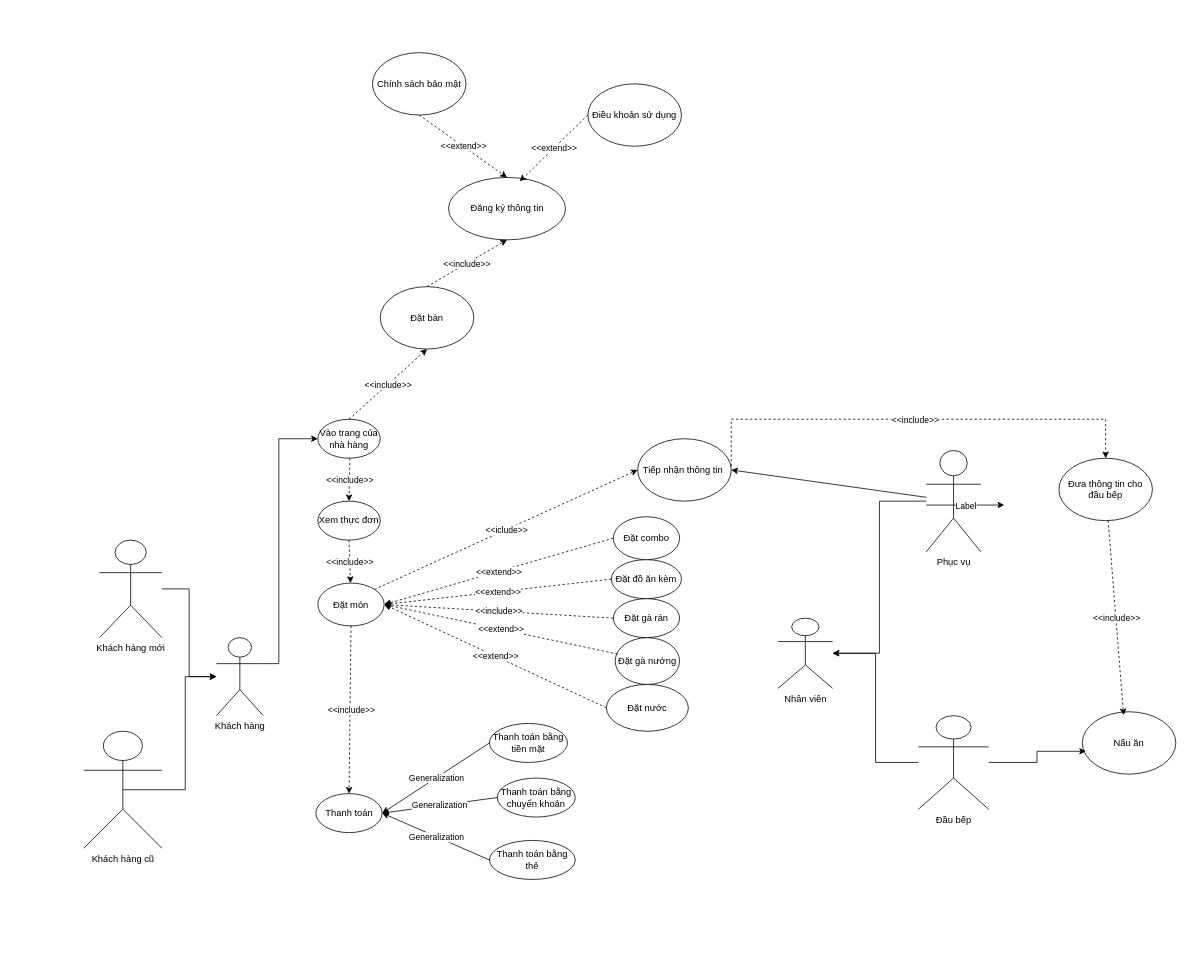
Above: use-case/use-case.drawio in hienha1/Nhom2-tk-Web (draw.io), before the change. Source tidied: cells renumbered, new cells numbered last; positions are measured from the earlier drawing's top-left corner, leaving out a move shared by most shapes. Both pictures are drawn from the tidied source at 78%, with x=0, y=0 at pixel (83, 52).
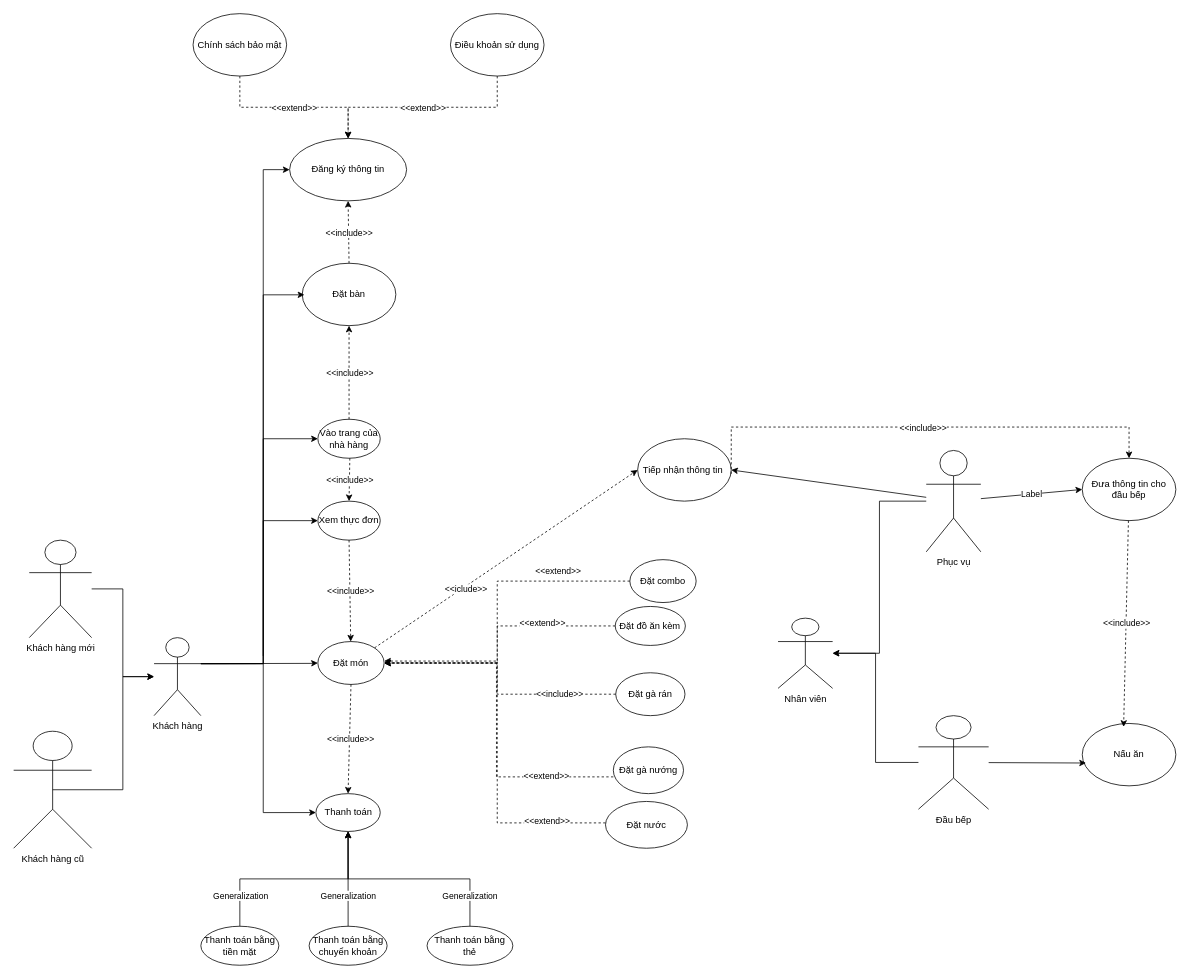
The same page after the edit.

Unchanged cells that the change refers to:
```xml
<mxCell id="4" value="Xem thực đơn" style="ellipse;whiteSpace=wrap;html=1;" parent="1" vertex="1">
  <mxGeometry x="300" y="575" width="80" height="50" as="geometry" />
</mxCell>
<mxCell id="34" value="Vào trang của nhà hàng" style="ellipse;whiteSpace=wrap;html=1;" parent="1" vertex="1">
  <mxGeometry x="300" y="470" width="80" height="50" as="geometry" />
</mxCell>
<mxCell id="42" value="Đầu bếp" style="shape=umlActor;verticalLabelPosition=bottom;verticalAlign=top;html=1;outlineConnect=0;" parent="1" vertex="1">
  <mxGeometry x="1070" y="850" width="90" height="120" as="geometry" />
</mxCell>
<mxCell id="45" value="Phục vụ" style="shape=umlActor;verticalLabelPosition=bottom;verticalAlign=top;html=1;outlineConnect=0;" parent="1" vertex="1">
  <mxGeometry x="1080" y="510" width="70" height="130" as="geometry" />
</mxCell>
<mxCell id="60" style="endArrow=classic;html=1;rounded=0;entryX=0;entryY=0.5;entryDx=0;entryDy=0;exitX=1;exitY=0;exitDx=0;exitDy=0;dashed=1;" parent="1" edge="1" source="5" target="59">
  <mxGeometry relative="1" as="geometry" />
</mxCell>
```

Diff of the diagram source:
```diff
@@
     <mxCell id="2" value="Khách hàng" style="shape=umlActor;verticalLabelPosition=bottom;verticalAlign=top;html=1;outlineConnect=0;" parent="1" vertex="1">
-      <mxGeometry x="170" y="750" width="60" height="100" as="geometry" />
+      <mxGeometry x="90" y="750" width="60" height="100" as="geometry" />
     </mxCell>
@@
     <mxCell id="5" value="Đặt món" style="ellipse;whiteSpace=wrap;html=1;" parent="1" vertex="1">
-      <mxGeometry x="300" y="680" width="85" height="55" as="geometry" />
+      <mxGeometry x="300" y="755" width="85" height="55" as="geometry" />
     </mxCell>
     <mxCell id="6" value="Thanh toán" style="ellipse;whiteSpace=wrap;html=1;" parent="1" vertex="1">
-      <mxGeometry x="297.5" y="950" width="85" height="50" as="geometry" />
+      <mxGeometry x="297.5" y="950" width="82.5" height="48.5" as="geometry" />
     </mxCell>
@@
     <mxCell id="9" value="Đặt đồ ăn kèm" style="ellipse;whiteSpace=wrap;html=1;" parent="1" vertex="1">
-      <mxGeometry x="676.2" y="650" width="90" height="50" as="geometry" />
+      <mxGeometry x="681.2" y="710" width="90" height="50" as="geometry" />
     </mxCell>
     <mxCell id="10" value="Đặt combo" style="ellipse;whiteSpace=wrap;html=1;" parent="1" vertex="1">
-      <mxGeometry x="678.8" y="595" width="85" height="55" as="geometry" />
+      <mxGeometry x="700" y="650" width="85" height="55" as="geometry" />
     </mxCell>
-    <mxCell id="11" style="endArrow=classic;html=1;rounded=0;exitX=0;exitY=0.5;exitDx=0;exitDy=0;entryX=1;entryY=0.5;entryDx=0;entryDy=0;dashed=1;" parent="1" edge="1" source="10" target="5">
-      <mxGeometry relative="1" as="geometry" />
+    <mxCell id="11" style="endArrow=classic;html=1;rounded=0;exitX=0;exitY=0.5;exitDx=0;exitDy=0;entryX=1;entryY=0.5;entryDx=0;entryDy=0;dashed=1;edgeStyle=orthogonalEdgeStyle;" parent="1" edge="1" source="10" target="5">
+      <mxGeometry relative="1" as="geometry">
+        <Array as="points">
+          <mxPoint x="530" y="678" />
+          <mxPoint x="530" y="782" />
+        </Array>
+      </mxGeometry>
     </mxCell>
     <mxCell id="12" value="&amp;lt;&amp;lt;extend&amp;gt;&amp;gt;" style="edgeLabel;html=1;align=center;verticalAlign=middle;" parent="11" vertex="1">
-      <mxGeometry relative="1" as="geometry" />
+      <mxGeometry relative="1" as="geometry">
+        <mxPoint x="77" y="-53" as="offset" />
+      </mxGeometry>
     </mxCell>
     <mxCell id="13" value="Đặt gà rán" style="ellipse;whiteSpace=wrap;html=1;" parent="1" vertex="1">
-      <mxGeometry x="678.8" y="700" width="85" height="50" as="geometry" />
+      <mxGeometry x="681.9" y="795" width="88.8" height="55" as="geometry" />
     </mxCell>
     <mxCell id="14" value="Đặt gà nướng" style="ellipse;whiteSpace=wrap;html=1;" parent="1" vertex="1">
-      <mxGeometry x="681.2" y="750" width="82.5" height="60" as="geometry" />
+      <mxGeometry x="678.8" y="890" width="90" height="60" as="geometry" />
     </mxCell>
     <mxCell id="15" value="Đặt nước" style="ellipse;whiteSpace=wrap;html=1;" parent="1" vertex="1">
-      <mxGeometry x="670" y="810" width="105" height="60" as="geometry" />
+      <mxGeometry x="668.8" y="960" width="105" height="60" as="geometry" />
     </mxCell>
@@
-    <mxCell id="17" style="endArrow=classic;html=1;rounded=0;exitX=0;exitY=0.5;exitDx=0;exitDy=0;entryX=1;entryY=0.5;entryDx=0;entryDy=0;dashed=1;" parent="1" edge="1" source="9" target="5">
-      <mxGeometry relative="1" as="geometry" />
+    <mxCell id="17" style="endArrow=classic;html=1;rounded=0;exitX=0;exitY=0.5;exitDx=0;exitDy=0;entryX=1;entryY=0.5;entryDx=0;entryDy=0;dashed=1;edgeStyle=orthogonalEdgeStyle;" parent="1" edge="1" source="9" target="5">
+      <mxGeometry relative="1" as="geometry">
+        <Array as="points">
+          <mxPoint x="530" y="735" />
+          <mxPoint x="530" y="783" />
+        </Array>
+      </mxGeometry>
     </mxCell>
     <mxCell id="18" value="&amp;lt;&amp;lt;extend&amp;gt;&amp;gt;" style="edgeLabel;html=1;align=center;verticalAlign=middle;" parent="17" vertex="1">
-      <mxGeometry relative="1" as="geometry" />
+      <mxGeometry relative="1" as="geometry">
+        <mxPoint x="57" y="-24" as="offset" />
+      </mxGeometry>
     </mxCell>
-    <mxCell id="19" value="&amp;lt;&amp;lt;include&amp;gt;&amp;gt;" style="endArrow=classic;html=1;rounded=0;exitX=0;exitY=0.5;exitDx=0;exitDy=0;entryX=1;entryY=0.5;entryDx=0;entryDy=0;dashed=1;" parent="1" edge="1" source="13" target="5">
-      <mxGeometry relative="1" as="geometry" />
+    <mxCell id="19" value="&amp;lt;&amp;lt;include&amp;gt;&amp;gt;" style="endArrow=classic;html=1;rounded=0;exitX=0;exitY=0.5;exitDx=0;exitDy=0;entryX=1;entryY=0.5;entryDx=0;entryDy=0;dashed=1;edgeStyle=orthogonalEdgeStyle;" parent="1" edge="1" source="13" target="5">
+      <mxGeometry x="-0.57" relative="1" as="geometry">
+        <Array as="points">
+          <mxPoint x="530" y="823" />
+          <mxPoint x="530" y="783" />
+        </Array>
+      </mxGeometry>
     </mxCell>
-    <mxCell id="20" value="&amp;lt;&amp;lt;extend&amp;gt;&amp;gt;" style="endArrow=classic;html=1;rounded=0;exitX=0.038;exitY=0.35;exitDx=0;exitDy=0;entryX=1;entryY=0.5;entryDx=0;entryDy=0;dashed=1;exitPerimeter=0;" parent="1" edge="1" source="14" target="5">
-      <mxGeometry relative="1" as="geometry" />
+    <mxCell id="20" value="&amp;lt;&amp;lt;extend&amp;gt;&amp;gt;" style="endArrow=classic;html=1;rounded=0;exitX=0.038;exitY=0.35;exitDx=0;exitDy=0;entryX=1;entryY=0.5;entryDx=0;entryDy=0;dashed=1;exitPerimeter=0;edgeStyle=orthogonalEdgeStyle;" parent="1" edge="1" target="5">
+      <mxGeometry x="-0.61" y="-1" relative="1" as="geometry">
+        <mxPoint x="678.8" y="928.5" as="sourcePoint" />
+        <Array as="points">
+          <mxPoint x="529" y="928" />
+          <mxPoint x="529" y="783" />
+          <mxPoint x="385" y="783" />
+        </Array>
+      </mxGeometry>
     </mxCell>
-    <mxCell id="21" style="endArrow=classic;html=1;rounded=0;entryX=1;entryY=0.5;entryDx=0;entryDy=0;exitX=0;exitY=0.5;exitDx=0;exitDy=0;dashed=1;" parent="1" edge="1" source="15" target="5">
-      <mxGeometry relative="1" as="geometry" />
+    <mxCell id="21" style="endArrow=classic;html=1;rounded=0;entryX=1;entryY=0.5;entryDx=0;entryDy=0;exitX=0;exitY=0.5;exitDx=0;exitDy=0;dashed=1;edgeStyle=orthogonalEdgeStyle;" parent="1" edge="1">
+      <mxGeometry relative="1" as="geometry">
+        <mxPoint x="668.8" y="987.5" as="sourcePoint" />
+        <mxPoint x="385" y="780" as="targetPoint" />
+        <Array as="points">
+          <mxPoint x="530" y="987.5" />
+          <mxPoint x="530" y="779.5" />
+        </Array>
+      </mxGeometry>
     </mxCell>
     <mxCell id="22" value="&amp;lt;&amp;lt;extend&amp;gt;&amp;gt;" style="edgeLabel;html=1;align=center;verticalAlign=middle;" parent="21" vertex="1">
-      <mxGeometry relative="1" as="geometry" />
+      <mxGeometry relative="1" as="geometry">
+        <mxPoint x="63" y="104" as="offset" />
+      </mxGeometry>
     </mxCell>
@@
     <mxCell id="25" value="Thanh toán bằng chuyển khoản" style="ellipse;whiteSpace=wrap;html=1;" parent="1" vertex="1">
-      <mxGeometry x="530" y="930" width="100" height="50" as="geometry" />
+      <mxGeometry x="288.8" y="1120" width="100" height="50" as="geometry" />
     </mxCell>
     <mxCell id="26" value="Thanh toán bằng tiền mặt" style="ellipse;whiteSpace=wrap;html=1;" parent="1" vertex="1">
-      <mxGeometry x="520" y="860" width="100" height="50" as="geometry" />
+      <mxGeometry x="150" y="1120" width="100" height="50" as="geometry" />
     </mxCell>
     <mxCell id="27" value="Thanh toán bằng thẻ" style="ellipse;whiteSpace=wrap;html=1;" parent="1" vertex="1">
-      <mxGeometry x="520" y="1010" width="110" height="50" as="geometry" />
+      <mxGeometry x="440" y="1120" width="110" height="50" as="geometry" />
     </mxCell>
-    <mxCell id="28" style="endArrow=classic;html=1;rounded=0;entryX=1;entryY=0.5;entryDx=0;entryDy=0;exitX=0;exitY=0.5;exitDx=0;exitDy=0;" parent="1" edge="1" source="26" target="6">
-      <mxGeometry relative="1" as="geometry" />
-    </mxCell>
-    <mxCell id="29" value="Generalization" style="edgeLabel;html=1;align=center;verticalAlign=middle;" parent="28" vertex="1">
-      <mxGeometry relative="1" as="geometry" />
-    </mxCell>
-    <mxCell id="30" style="endArrow=classic;html=1;rounded=0;entryX=1;entryY=0.5;entryDx=0;entryDy=0;exitX=0;exitY=0.5;exitDx=0;exitDy=0;" parent="1" edge="1" source="25" target="6">
-      <mxGeometry relative="1" as="geometry" />
-    </mxCell>
-    <mxCell id="31" value="Generalization" style="edgeLabel;html=1;align=center;verticalAlign=middle;" parent="30" vertex="1">
-      <mxGeometry relative="1" as="geometry">
-        <mxPoint x="-1" as="offset" />
-      </mxGeometry>
-    </mxCell>
-    <mxCell id="32" style="endArrow=classic;html=1;rounded=0;entryX=1;entryY=0.5;entryDx=0;entryDy=0;exitX=0;exitY=0.5;exitDx=0;exitDy=0;" parent="1" edge="1" source="27" target="6">
-      <mxGeometry relative="1" as="geometry" />
-    </mxCell>
-    <mxCell id="33" value="Generalization" style="edgeLabel;html=1;align=center;verticalAlign=middle;" parent="32" vertex="1">
-      <mxGeometry relative="1" as="geometry" />
-    </mxCell>
@@
     <mxCell id="37" style="edgeStyle=elbowEdgeStyle;rounded=0;jettySize=auto;html=1;" parent="1" edge="1" source="38" target="2">
-      <mxGeometry relative="1" as="geometry" />
+      <mxGeometry relative="1" as="geometry">
+        <Array as="points">
+          <mxPoint x="50" y="800" />
+        </Array>
+      </mxGeometry>
     </mxCell>
     <mxCell id="38" value="Khách hàng mới" style="shape=umlActor;verticalLabelPosition=bottom;verticalAlign=top;html=1;outlineConnect=0;" parent="1" vertex="1">
-      <mxGeometry x="20" y="625" width="80" height="125" as="geometry" />
+      <mxGeometry x="-70" y="625" width="80" height="125" as="geometry" />
     </mxCell>
     <mxCell id="39" style="edgeStyle=elbowEdgeStyle;rounded=0;jettySize=auto;html=1;exitX=0.5;exitY=0.5;exitDx=0;exitDy=0;exitPerimeter=0;" parent="1" edge="1" source="40">
       <mxGeometry relative="1" as="geometry">
-        <mxPoint x="170" y="800" as="targetPoint" />
+        <mxPoint x="90" y="800" as="targetPoint" />
         <Array as="points">
-          <mxPoint x="130" y="790" />
+          <mxPoint x="50" y="790" />
         </Array>
       </mxGeometry>
     </mxCell>
     <mxCell id="40" value="Khách hàng cũ" style="shape=umlActor;verticalLabelPosition=bottom;verticalAlign=top;html=1;outlineConnect=0;" parent="1" vertex="1">
-      <mxGeometry y="870" width="100" height="150" as="geometry" />
+      <mxGeometry x="-90" y="870" width="100" height="150" as="geometry" />
     </mxCell>
@@
     <mxCell id="46" value="Đặt bàn" style="ellipse;whiteSpace=wrap;html=1;" parent="1" vertex="1">
-      <mxGeometry x="380" y="300" width="120" height="80" as="geometry" />
+      <mxGeometry x="280" y="270" width="120" height="80" as="geometry" />
     </mxCell>
     <mxCell id="47" value="Đăng ký thông tin" style="ellipse;whiteSpace=wrap;html=1;" parent="1" vertex="1">
-      <mxGeometry x="467.5" y="160" width="150" height="80" as="geometry" />
+      <mxGeometry x="263.8" y="110" width="150" height="80" as="geometry" />
     </mxCell>
     <mxCell id="48" value="Điều khoản sử dụng" style="ellipse;whiteSpace=wrap;html=1;" parent="1" vertex="1">
-      <mxGeometry x="646.2" y="40" width="120" height="80" as="geometry" />
+      <mxGeometry x="470" y="-50" width="120" height="80" as="geometry" />
     </mxCell>
     <mxCell id="49" value="Chính sách bảo mật" style="ellipse;whiteSpace=wrap;html=1;" parent="1" vertex="1">
-      <mxGeometry x="370" width="120" height="80" as="geometry" />
+      <mxGeometry x="140" y="-50" width="120" height="80" as="geometry" />
     </mxCell>
-    <mxCell id="50" style="endArrow=classic;html=1;rounded=0;exitX=0;exitY=0.5;exitDx=0;exitDy=0;entryX=0.609;entryY=0.062;entryDx=0;entryDy=0;dashed=1;entryPerimeter=0;" parent="1" edge="1" source="48" target="47">
+    <mxCell id="50" style="endArrow=classic;html=1;rounded=0;exitX=0.5;exitY=1;exitDx=0;exitDy=0;entryX=0.5;entryY=0;entryDx=0;entryDy=0;dashed=1;edgeStyle=orthogonalEdgeStyle;" parent="1" edge="1" source="48" target="47">
       <mxGeometry relative="1" as="geometry" />
     </mxCell>
@@
-    <mxCell id="52" style="endArrow=classic;html=1;rounded=0;exitX=0.5;exitY=1;exitDx=0;exitDy=0;entryX=0.5;entryY=0;entryDx=0;entryDy=0;dashed=1;" parent="1" edge="1" source="49" target="47">
+    <mxCell id="52" style="endArrow=classic;html=1;rounded=0;exitX=0.5;exitY=1;exitDx=0;exitDy=0;entryX=0.5;entryY=0;entryDx=0;entryDy=0;dashed=1;edgeStyle=orthogonalEdgeStyle;" parent="1" edge="1" source="49" target="47">
       <mxGeometry relative="1" as="geometry" />
     </mxCell>
@@
-    <mxCell id="56" style="endArrow=classic;html=1;rounded=0;entryX=0.5;entryY=0;entryDx=0;entryDy=0;dashed=1;exitX=0.5;exitY=0;exitDx=0;exitDy=0;" parent="1" edge="1" source="34">
-      <mxGeometry relative="1" as="geometry">
-        <mxPoint x="440" y="380" as="targetPoint" />
-      </mxGeometry>
+    <mxCell id="56" style="endArrow=classic;html=1;rounded=0;entryX=0.5;entryY=1;entryDx=0;entryDy=0;dashed=1;exitX=0.5;exitY=0;exitDx=0;exitDy=0;" parent="1" edge="1" source="34" target="46">
+      <mxGeometry relative="1" as="geometry" />
     </mxCell>
@@
-    <mxCell id="58" style="endArrow=classic;html=1;rounded=0;entryX=0;entryY=0.5;entryDx=0;entryDy=0;exitX=1;exitY=0.3333333333333333;exitDx=0;exitDy=0;exitPerimeter=0;edgeStyle=orthogonalEdgeStyle;" parent="1" edge="1" source="2" target="34">
-      <mxGeometry relative="1" as="geometry">
-        <Array as="points">
-          <mxPoint x="250" y="783" />
-          <mxPoint x="250" y="495" />
-        </Array>
-      </mxGeometry>
-    </mxCell>
@@
     <mxCell id="61" value="&amp;lt;&amp;lt;iclude&amp;gt;&amp;gt;" style="edgeLabel;html=1;align=center;verticalAlign=middle;" parent="60" vertex="1">
-      <mxGeometry relative="1" as="geometry" />
+      <mxGeometry relative="1" as="geometry">
+        <mxPoint x="-52" y="39" as="offset" />
+      </mxGeometry>
     </mxCell>
     <mxCell id="62" value="Đưa thông tin cho đầu bếp" style="ellipse;whiteSpace=wrap;html=1;" parent="1" vertex="1">
-      <mxGeometry x="1250" y="520" width="120" height="80" as="geometry" />
+      <mxGeometry x="1280" y="520" width="120" height="80" as="geometry" />
     </mxCell>
-    <mxCell id="63" style="endArrow=classic;html=1;rounded=0;" parent="1" edge="1">
-      <mxGeometry relative="1" as="geometry">
-        <mxPoint x="1080" y="580" as="sourcePoint" />
-        <mxPoint x="1180" y="580" as="targetPoint" />
-      </mxGeometry>
+    <mxCell id="63" style="endArrow=classic;html=1;rounded=0;entryX=0;entryY=0.5;entryDx=0;entryDy=0;" parent="1" edge="1" source="45" target="62">
+      <mxGeometry relative="1" as="geometry" />
     </mxCell>
@@
-    <mxCell id="65" style="endArrow=classic;html=1;rounded=0;edgeStyle=orthogonalEdgeStyle;dashed=1;" parent="1" edge="1" target="62">
+    <mxCell id="65" style="endArrow=classic;html=1;rounded=0;edgeStyle=orthogonalEdgeStyle;dashed=1;" parent="1" edge="1">
       <mxGeometry relative="1" as="geometry">
-        <mxPoint x="830" y="530" as="sourcePoint" />
+        <mxPoint x="830" y="540" as="sourcePoint" />
+        <mxPoint x="1340" y="520" as="targetPoint" />
         <Array as="points">
-          <mxPoint x="830" y="470" />
-          <mxPoint x="1310" y="470" />
+          <mxPoint x="830" y="480" />
+          <mxPoint x="1340" y="480" />
         </Array>
       </mxGeometry>
     </mxCell>
@@
     <mxCell id="67" value="Nấu ăn" style="ellipse;whiteSpace=wrap;html=1;" parent="1" vertex="1">
-      <mxGeometry x="1280" y="845" width="120" height="80" as="geometry" />
+      <mxGeometry x="1280" y="860" width="120" height="80" as="geometry" />
     </mxCell>
-    <mxCell id="68" style="edgeStyle=elbowEdgeStyle;rounded=0;jettySize=auto;html=1;entryX=0.04;entryY=0.634;entryDx=0;entryDy=0;entryPerimeter=0;" parent="1" edge="1" source="42" target="67">
+    <mxCell id="68" style="rounded=0;jettySize=auto;html=1;entryX=0.04;entryY=0.634;entryDx=0;entryDy=0;entryPerimeter=0;" parent="1" edge="1" source="42" target="67">
       <mxGeometry relative="1" as="geometry" />
     </mxCell>
@@
+    <mxCell id="28" style="endArrow=classic;html=1;rounded=0;exitX=0.5;exitY=0;exitDx=0;exitDy=0;entryX=0.5;entryY=1;entryDx=0;entryDy=0;edgeStyle=orthogonalEdgeStyle;" parent="1" edge="1" source="26" target="6">
+      <mxGeometry relative="1" as="geometry" />
+    </mxCell>
+    <mxCell id="71" value="Generalization" style="edgeLabel;html=1;align=center;verticalAlign=middle;" parent="28" vertex="1">
+      <mxGeometry relative="1" as="geometry">
+        <mxPoint x="-69" y="21" as="offset" />
+      </mxGeometry>
+    </mxCell>
+    <mxCell id="30" style="endArrow=classic;html=1;rounded=0;exitX=0.5;exitY=0;exitDx=0;exitDy=0;entryX=0.5;entryY=1;entryDx=0;entryDy=0;" parent="1" edge="1" source="25" target="6">
+      <mxGeometry relative="1" as="geometry" />
+    </mxCell>
+    <mxCell id="72" value="Generalization" style="edgeLabel;html=1;align=center;verticalAlign=middle;" parent="30" vertex="1">
+      <mxGeometry relative="1" as="geometry">
+        <mxPoint y="21" as="offset" />
+      </mxGeometry>
+    </mxCell>
+    <mxCell id="32" style="endArrow=classic;html=1;rounded=0;exitX=0.5;exitY=0;exitDx=0;exitDy=0;entryX=0.5;entryY=1;entryDx=0;entryDy=0;edgeStyle=orthogonalEdgeStyle;" parent="1" edge="1" source="27" target="6">
+      <mxGeometry relative="1" as="geometry" />
+    </mxCell>
+    <mxCell id="73" value="Generalization" style="edgeLabel;html=1;align=center;verticalAlign=middle;" parent="32" vertex="1">
+      <mxGeometry relative="1" as="geometry">
+        <mxPoint x="78" y="21" as="offset" />
+      </mxGeometry>
+    </mxCell>
+    <mxCell id="58" style="endArrow=classic;html=1;rounded=0;exitX=1;exitY=0.3333333333333333;exitDx=0;exitDy=0;exitPerimeter=0;entryX=0;entryY=0.5;entryDx=0;entryDy=0;edgeStyle=orthogonalEdgeStyle;" parent="1" edge="1" source="2" target="34">
+      <mxGeometry relative="1" as="geometry">
+        <Array as="points">
+          <mxPoint x="230" y="495" />
+        </Array>
+      </mxGeometry>
+    </mxCell>
+    <mxCell id="74" style="endArrow=classic;html=1;rounded=0;entryX=0;entryY=0.5;entryDx=0;entryDy=0;exitX=1;exitY=0.3333333333333333;exitDx=0;exitDy=0;exitPerimeter=0;edgeStyle=orthogonalEdgeStyle;" parent="1" edge="1" source="2" target="4">
+      <mxGeometry relative="1" as="geometry">
+        <Array as="points">
+          <mxPoint x="230" y="600" />
+        </Array>
+      </mxGeometry>
+    </mxCell>
+    <mxCell id="75" style="endArrow=classic;html=1;rounded=0;exitX=1;exitY=0.3333333333333333;exitDx=0;exitDy=0;exitPerimeter=0;entryX=0;entryY=0.5;entryDx=0;entryDy=0;" parent="1" edge="1" source="2" target="5">
+      <mxGeometry relative="1" as="geometry">
+        <Array as="points">
+          <mxPoint x="290" y="783" />
+        </Array>
+      </mxGeometry>
+    </mxCell>
+    <mxCell id="76" style="endArrow=classic;html=1;rounded=0;exitX=1;exitY=0.3333333333333333;exitDx=0;exitDy=0;exitPerimeter=0;entryX=0;entryY=0.5;entryDx=0;entryDy=0;edgeStyle=orthogonalEdgeStyle;elbow=vertical;" parent="1" edge="1" source="2" target="6">
+      <mxGeometry relative="1" as="geometry">
+        <Array as="points">
+          <mxPoint x="230" y="974" />
+        </Array>
+      </mxGeometry>
+    </mxCell>
+    <mxCell id="77" style="endArrow=classic;html=1;rounded=0;exitX=1;exitY=0.3333333333333333;exitDx=0;exitDy=0;exitPerimeter=0;entryX=0.023;entryY=0.506;entryDx=0;entryDy=0;edgeStyle=orthogonalEdgeStyle;entryPerimeter=0;" parent="1" edge="1" target="46">
+      <mxGeometry relative="1" as="geometry">
+        <mxPoint x="230" y="773.4" as="sourcePoint" />
+        <Array as="points">
+          <mxPoint x="230" y="311" />
+        </Array>
+      </mxGeometry>
+    </mxCell>
+    <mxCell id="78" style="endArrow=classic;html=1;rounded=0;exitX=1;exitY=0.3333333333333333;exitDx=0;exitDy=0;exitPerimeter=0;entryX=0;entryY=0.5;entryDx=0;entryDy=0;edgeStyle=orthogonalEdgeStyle;" parent="1" edge="1" source="2" target="47">
+      <mxGeometry relative="1" as="geometry">
+        <Array as="points">
+          <mxPoint x="230" y="783" />
+          <mxPoint x="230" y="150" />
+        </Array>
+      </mxGeometry>
+    </mxCell>
```
